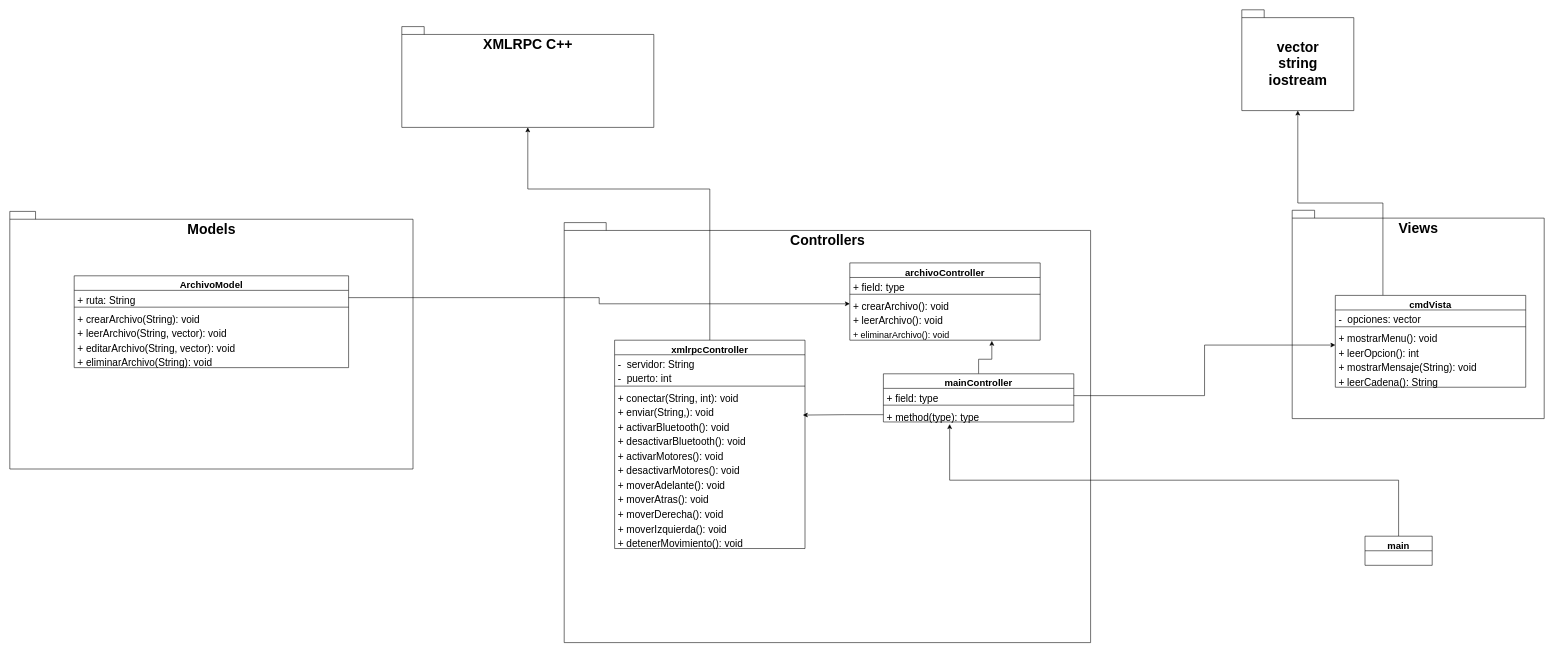
The draw.io diagram informe/diagramaClaseCliente.drawio in Mario-dango/control_tank, before the edit. Source tidied: cells renumbered, new cells numbered last; positions are measured from the earlier drawing's top-left corner, leaving out a move shared by most shapes. Both pictures are drawn from the tidied source at 56%, with x=0, y=0 at pixel (10, 10).
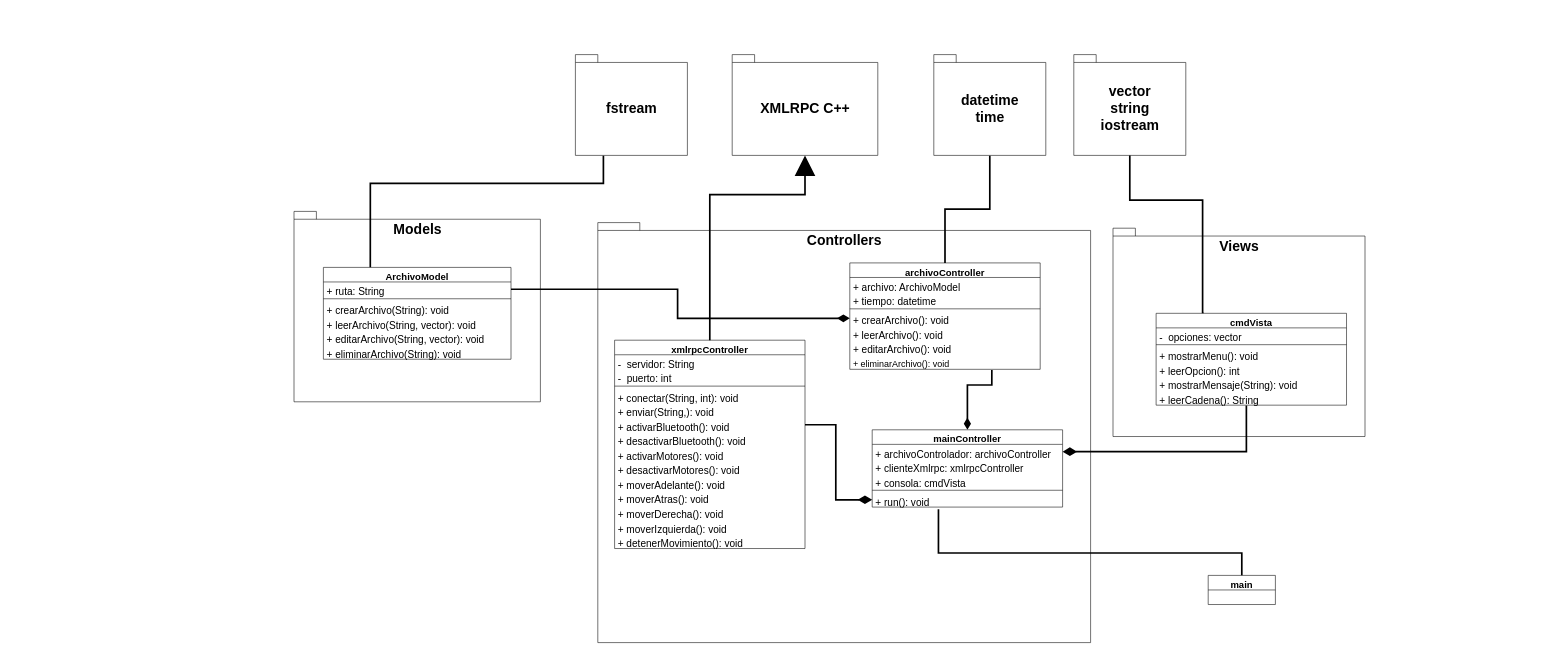
Above is the later version.

The change refers to these unchanged cells:
```xml
<mxCell id="12" value="+ leerOpcion(): int" style="text;strokeColor=none;fillColor=none;align=left;verticalAlign=top;spacingLeft=4;spacingRight=4;overflow=hidden;points=[[0,0.5],[1,0.5]];portConstraint=eastwest;fontSize=18;" parent="8" vertex="1">
  <mxGeometry y="86" width="340" height="26" as="geometry" />
</mxCell>
<mxCell id="14" value="+ leerCadena(): String" style="text;strokeColor=none;fillColor=none;align=left;verticalAlign=top;spacingLeft=4;spacingRight=4;overflow=hidden;points=[[0,0.5],[1,0.5]];portConstraint=eastwest;fontSize=18;" parent="8" vertex="1">
  <mxGeometry y="138" width="340" height="26" as="geometry" />
</mxCell>
<mxCell id="27" value="xmlrpcController" style="swimlane;fontStyle=1;align=center;verticalAlign=top;horizontal=1;startSize=26;fontSize=17;" parent="1" vertex="1">
  <mxGeometry x="1080" y="590" width="340" height="372" as="geometry" />
</mxCell>
<mxCell id="33" value="+ activarBluetooth(): void" style="text;strokeColor=none;fillColor=none;align=left;verticalAlign=top;spacingLeft=4;spacingRight=4;overflow=hidden;points=[[0,0.5],[1,0.5]];portConstraint=eastwest;fontSize=18;" parent="27" vertex="1">
  <mxGeometry y="138" width="340" height="26" as="geometry" />
</mxCell>
```

Diff of the diagram source:
```diff
@@
     <mxCell id="2" value="&lt;font style=&quot;font-size: 25px;&quot;&gt;Views&lt;br&gt;&lt;/font&gt;" style="shape=folder;fontStyle=1;spacingTop=10;tabWidth=40;tabHeight=14;tabPosition=left;html=1;verticalAlign=top;" parent="1" vertex="1">
-      <mxGeometry x="2290" y="358" width="450" height="372" as="geometry" />
+      <mxGeometry x="1970" y="390" width="450" height="372" as="geometry" />
     </mxCell>
     <mxCell id="3" value="&lt;font style=&quot;font-size: 25px;&quot;&gt;Controllers&lt;br&gt;&lt;/font&gt;" style="shape=folder;fontStyle=1;spacingTop=10;tabWidth=40;tabHeight=14;tabPosition=left;html=1;verticalAlign=top;" parent="1" vertex="1">
-      <mxGeometry x="990" y="380" width="940" height="750" as="geometry" />
+      <mxGeometry x="1050" y="380" width="880" height="750" as="geometry" />
     </mxCell>
     <mxCell id="4" value="&lt;font style=&quot;font-size: 25px;&quot;&gt;Models&lt;br&gt;&lt;br&gt;&lt;/font&gt;" style="shape=folder;fontStyle=1;spacingTop=10;tabWidth=40;tabHeight=14;tabPosition=left;html=1;verticalAlign=top;" parent="1" vertex="1">
-      <mxGeometry y="360" width="720" height="460" as="geometry" />
+      <mxGeometry x="507.5" y="360" width="440" height="340" as="geometry" />
     </mxCell>
-    <mxCell id="5" value="&lt;font style=&quot;font-size: 25px;&quot;&gt;XMLRPC C++&lt;br&gt;&lt;/font&gt;" style="shape=folder;fontStyle=1;spacingTop=10;tabWidth=40;tabHeight=14;tabPosition=left;html=1;verticalAlign=top;" parent="1" vertex="1">
-      <mxGeometry x="700" y="30" width="450" height="180" as="geometry" />
+    <mxCell id="5" value="&lt;font style=&quot;font-size: 25px;&quot;&gt;XMLRPC C++&lt;br&gt;&lt;/font&gt;" style="shape=folder;fontStyle=1;spacingTop=10;tabWidth=40;tabHeight=14;tabPosition=left;html=1;verticalAlign=middle;" parent="1" vertex="1">
+      <mxGeometry x="1290" y="80" width="260" height="180" as="geometry" />
     </mxCell>
+    <mxCell id="7" value="&lt;font style=&quot;font-size: 25px;&quot;&gt;vector&lt;br&gt;string&lt;br&gt;iostream&lt;br&gt;&lt;/font&gt;" style="shape=folder;fontStyle=1;spacingTop=10;tabWidth=40;tabHeight=14;tabPosition=left;html=1;verticalAlign=middle;" parent="1" vertex="1">
+      <mxGeometry x="1900" y="80" width="200" height="180" as="geometry" />
+    </mxCell>
-    <mxCell id="6" style="edgeStyle=orthogonalEdgeStyle;rounded=0;jettySize=auto;html=1;exitX=0.25;exitY=0;exitDx=0;exitDy=0;entryX=0.5;entryY=1;entryDx=0;entryDy=0;fontSize=16;entryPerimeter=0;" parent="1" edge="1" source="8" target="7">
-      <mxGeometry relative="1" as="geometry" />
+    <mxCell id="6" style="edgeStyle=orthogonalEdgeStyle;rounded=0;jumpSize=8;jettySize=auto;html=1;exitX=0.25;exitY=0;exitDx=0;exitDy=0;entryX=0.5;entryY=1;entryDx=0;entryDy=0;entryPerimeter=0;strokeWidth=3;fontSize=16;startArrow=none;startFill=0;endArrow=none;endFill=0;startSize=17;endSize=14;" parent="1" edge="1" source="8" target="7">
+      <mxGeometry relative="1" as="geometry">
+        <Array as="points">
+          <mxPoint x="2130" y="542" />
+          <mxPoint x="2130" y="340" />
+          <mxPoint x="2000" y="340" />
+        </Array>
+      </mxGeometry>
     </mxCell>
-    <mxCell id="7" value="&lt;font style=&quot;font-size: 25px;&quot;&gt;vector&lt;br&gt;string&lt;br&gt;iostream&lt;br&gt;&lt;/font&gt;" style="shape=folder;fontStyle=1;spacingTop=10;tabWidth=40;tabHeight=14;tabPosition=left;html=1;verticalAlign=middle;" parent="1" vertex="1">
-      <mxGeometry x="2200" width="200" height="180" as="geometry" />
-    </mxCell>
     <mxCell id="8" value="cmdVista" style="swimlane;fontStyle=1;align=center;verticalAlign=top;horizontal=1;startSize=26;fontSize=17;" parent="1" vertex="1">
-      <mxGeometry x="2367" y="510" width="340" height="164" as="geometry" />
+      <mxGeometry x="2047" y="542" width="340" height="164" as="geometry" />
     </mxCell>
@@
+    <mxCell id="54" style="edgeStyle=orthogonalEdgeStyle;rounded=0;jumpSize=8;jettySize=auto;html=1;exitX=0.5;exitY=0;exitDx=0;exitDy=0;entryX=0.5;entryY=1;entryDx=0;entryDy=0;entryPerimeter=0;strokeWidth=3;fontSize=16;startArrow=none;startFill=0;endArrow=none;endFill=0;startSize=17;endSize=14;" parent="1" edge="1" source="15" target="60">
+      <mxGeometry relative="1" as="geometry" />
+    </mxCell>
     <mxCell id="15" value="archivoController" style="swimlane;fontStyle=1;align=center;verticalAlign=top;horizontal=1;startSize=26;fontSize=17;" parent="1" vertex="1">
-      <mxGeometry x="1500" y="452" width="340" height="138" as="geometry" />
+      <mxGeometry x="1500" y="452" width="340" height="190" as="geometry" />
     </mxCell>
-    <mxCell id="16" value="+ field: type" style="text;strokeColor=none;fillColor=none;align=left;verticalAlign=top;spacingLeft=4;spacingRight=4;overflow=hidden;fontSize=18;" parent="15" vertex="1">
+    <mxCell id="16" value="+ archivo: ArchivoModel" style="text;strokeColor=none;fillColor=none;align=left;verticalAlign=top;spacingLeft=4;spacingRight=4;overflow=hidden;fontSize=18;" parent="15" vertex="1">
       <mxGeometry y="26" width="340" height="26" as="geometry" />
     </mxCell>
+    <mxCell id="55" value="+ tiempo: datetime" style="text;strokeColor=none;fillColor=none;align=left;verticalAlign=top;spacingLeft=4;spacingRight=4;overflow=hidden;fontSize=18;" parent="15" vertex="1">
+      <mxGeometry y="52" width="340" height="26" as="geometry" />
+    </mxCell>
     <mxCell id="17" style="line;strokeWidth=1;fillColor=none;align=left;verticalAlign=middle;spacingTop=-1;spacingLeft=3;spacingRight=3;labelPosition=right;strokeColor=inherit;fontSize=25;" parent="15" vertex="1">
-      <mxGeometry y="52" width="340" height="8" as="geometry" />
+      <mxGeometry y="78" width="340" height="8" as="geometry" />
     </mxCell>
     <mxCell id="18" value="+ crearArchivo(): void" style="text;strokeColor=none;fillColor=none;align=left;verticalAlign=top;spacingLeft=4;spacingRight=4;overflow=hidden;points=[[0,0.5],[1,0.5]];portConstraint=eastwest;fontSize=18;" parent="15" vertex="1">
-      <mxGeometry y="60" width="340" height="26" as="geometry" />
+      <mxGeometry y="86" width="340" height="26" as="geometry" />
     </mxCell>
     <mxCell id="19" value="+ leerArchivo(): void" style="text;strokeColor=none;fillColor=none;align=left;verticalAlign=top;spacingLeft=4;spacingRight=4;overflow=hidden;fontSize=18;" parent="15" vertex="1">
-      <mxGeometry y="86" width="340" height="26" as="geometry" />
+      <mxGeometry y="112" width="340" height="26" as="geometry" />
     </mxCell>
+    <mxCell id="56" value="+ editarArchivo(): void" style="text;strokeColor=none;fillColor=none;align=left;verticalAlign=top;spacingLeft=4;spacingRight=4;overflow=hidden;fontSize=18;" parent="15" vertex="1">
+      <mxGeometry y="138" width="340" height="26" as="geometry" />
+    </mxCell>
     <mxCell id="20" value="+ eliminarArchivo(): void" style="text;strokeColor=none;fillColor=none;align=left;verticalAlign=top;spacingLeft=4;spacingRight=4;overflow=hidden;points=[[0,0.5],[1,0.5]];portConstraint=eastwest;fontSize=16;" parent="15" vertex="1">
-      <mxGeometry y="112" width="340" height="26" as="geometry" />
+      <mxGeometry y="164" width="340" height="26" as="geometry" />
     </mxCell>
-    <mxCell id="21" style="edgeStyle=orthogonalEdgeStyle;rounded=0;jettySize=auto;html=1;exitX=0.5;exitY=0;exitDx=0;exitDy=0;entryX=0.746;entryY=1.046;entryDx=0;entryDy=0;fontSize=18;entryPerimeter=0;" parent="1" edge="1" source="22" target="20">
+    <mxCell id="21" style="edgeStyle=orthogonalEdgeStyle;rounded=0;jettySize=auto;html=1;exitX=0.5;exitY=0;exitDx=0;exitDy=0;entryX=0.746;entryY=1.046;entryDx=0;entryDy=0;fontSize=18;entryPerimeter=0;endArrow=none;endFill=0;startArrow=diamondThin;startFill=1;strokeWidth=3;endSize=16;startSize=13;" parent="1" edge="1" source="22" target="20">
       <mxGeometry relative="1" as="geometry">
         <Array as="points">
-          <mxPoint x="1730" y="624" />
-          <mxPoint x="1754" y="624" />
+          <mxPoint x="1710" y="670" />
+          <mxPoint x="1754" y="670" />
         </Array>
       </mxGeometry>
     </mxCell>
     <mxCell id="22" value="mainController" style="swimlane;fontStyle=1;align=center;verticalAlign=top;horizontal=1;startSize=26;fontSize=17;" parent="1" vertex="1">
-      <mxGeometry x="1560" y="650" width="340" height="86" as="geometry" />
+      <mxGeometry x="1540" y="750" width="340" height="138" as="geometry" />
     </mxCell>
-    <mxCell id="23" value="+ field: type" style="text;strokeColor=none;fillColor=none;align=left;verticalAlign=top;spacingLeft=4;spacingRight=4;overflow=hidden;points=[[0,0.5],[1,0.5]];portConstraint=eastwest;fontSize=18;" parent="22" vertex="1">
+    <mxCell id="23" value="+ archivoControlador: archivoController" style="text;strokeColor=none;fillColor=none;align=left;verticalAlign=top;spacingLeft=4;spacingRight=4;overflow=hidden;points=[[0,0.5],[1,0.5]];portConstraint=eastwest;fontSize=18;" parent="22" vertex="1">
       <mxGeometry y="26" width="340" height="26" as="geometry" />
     </mxCell>
+    <mxCell id="57" value="+ clienteXmlrpc: xmlrpcController" style="text;strokeColor=none;fillColor=none;align=left;verticalAlign=top;spacingLeft=4;spacingRight=4;overflow=hidden;fontSize=18;" parent="22" vertex="1">
+      <mxGeometry y="52" width="340" height="26" as="geometry" />
+    </mxCell>
+    <mxCell id="58" value="+ consola: cmdVista" style="text;strokeColor=none;fillColor=none;align=left;verticalAlign=top;spacingLeft=4;spacingRight=4;overflow=hidden;fontSize=18;" parent="22" vertex="1">
+      <mxGeometry y="78" width="340" height="26" as="geometry" />
+    </mxCell>
     <mxCell id="24" style="line;strokeWidth=1;fillColor=none;align=left;verticalAlign=middle;spacingTop=-1;spacingLeft=3;spacingRight=3;labelPosition=right;strokeColor=inherit;fontSize=25;" parent="22" vertex="1">
-      <mxGeometry y="52" width="340" height="8" as="geometry" />
+      <mxGeometry y="104" width="340" height="8" as="geometry" />
     </mxCell>
-    <mxCell id="25" value="+ method(type): type" style="text;strokeColor=none;fillColor=none;align=left;verticalAlign=top;spacingLeft=4;spacingRight=4;overflow=hidden;points=[[0,0.5],[1,0.5]];portConstraint=eastwest;fontSize=18;" parent="22" vertex="1">
-      <mxGeometry y="60" width="340" height="26" as="geometry" />
+    <mxCell id="25" value="+ run(): void" style="text;strokeColor=none;fillColor=none;align=left;verticalAlign=top;spacingLeft=4;spacingRight=4;overflow=hidden;points=[[0,0.5],[1,0.5]];portConstraint=eastwest;fontSize=18;" parent="22" vertex="1">
+      <mxGeometry y="112" width="340" height="26" as="geometry" />
     </mxCell>
-    <mxCell id="26" style="edgeStyle=orthogonalEdgeStyle;rounded=0;jettySize=auto;html=1;exitX=0.5;exitY=0;exitDx=0;exitDy=0;fontSize=16;" parent="1" edge="1" source="27" target="5">
-      <mxGeometry relative="1" as="geometry">
-        <Array as="points">
-          <mxPoint x="1250" y="320" />
-          <mxPoint x="925" y="320" />
-        </Array>
-      </mxGeometry>
-    </mxCell>
@@
+    <mxCell id="59" style="edgeStyle=orthogonalEdgeStyle;rounded=0;jumpSize=8;jettySize=auto;html=1;exitX=0.25;exitY=0;exitDx=0;exitDy=0;entryX=0.25;entryY=1;entryDx=0;entryDy=0;entryPerimeter=0;strokeWidth=3;fontSize=16;startArrow=none;startFill=0;endArrow=none;endFill=0;startSize=17;endSize=14;" parent="1" edge="1" source="42" target="61">
+      <mxGeometry relative="1" as="geometry">
+        <Array as="points">
+          <mxPoint x="644" y="310" />
+          <mxPoint x="1060" y="310" />
+        </Array>
+      </mxGeometry>
+    </mxCell>
     <mxCell id="42" value="ArchivoModel" style="swimlane;fontStyle=1;align=center;verticalAlign=top;horizontal=1;startSize=26;fontSize=17;" parent="1" vertex="1">
-      <mxGeometry x="115" y="475" width="490" height="164" as="geometry" />
+      <mxGeometry x="560" y="460" width="335" height="164" as="geometry" />
     </mxCell>
     <mxCell id="43" value="+ ruta: String" style="text;strokeColor=none;fillColor=none;align=left;verticalAlign=top;spacingLeft=4;spacingRight=4;overflow=hidden;points=[[0,0.5],[1,0.5]];portConstraint=eastwest;fontSize=18;" parent="42" vertex="1">
-      <mxGeometry y="26" width="490" height="26" as="geometry" />
+      <mxGeometry y="26" width="335" height="26" as="geometry" />
     </mxCell>
     <mxCell id="44" style="line;strokeWidth=1;fillColor=none;align=left;verticalAlign=middle;spacingTop=-1;spacingLeft=3;spacingRight=3;labelPosition=right;strokeColor=inherit;fontSize=25;" parent="42" vertex="1">
-      <mxGeometry y="52" width="490" height="8" as="geometry" />
+      <mxGeometry y="52" width="335" height="8" as="geometry" />
     </mxCell>
     <mxCell id="45" value="+ crearArchivo(String): void" style="text;strokeColor=none;fillColor=none;align=left;verticalAlign=top;spacingLeft=4;spacingRight=4;overflow=hidden;fontSize=18;" parent="42" vertex="1">
-      <mxGeometry y="60" width="490" height="26" as="geometry" />
+      <mxGeometry y="60" width="335" height="26" as="geometry" />
     </mxCell>
     <mxCell id="46" value="+ leerArchivo(String, vector): void" style="text;strokeColor=none;fillColor=none;align=left;verticalAlign=top;spacingLeft=4;spacingRight=4;overflow=hidden;fontSize=18;" parent="42" vertex="1">
-      <mxGeometry y="86" width="490" height="26" as="geometry" />
+      <mxGeometry y="86" width="335" height="26" as="geometry" />
     </mxCell>
     <mxCell id="47" value="+ editarArchivo(String, vector): void" style="text;strokeColor=none;fillColor=none;align=left;verticalAlign=top;spacingLeft=4;spacingRight=4;overflow=hidden;fontSize=18;" parent="42" vertex="1">
-      <mxGeometry y="112" width="490" height="26" as="geometry" />
+      <mxGeometry y="112" width="335" height="26" as="geometry" />
     </mxCell>
     <mxCell id="48" value="+ eliminarArchivo(String): void" style="text;strokeColor=none;fillColor=none;align=left;verticalAlign=top;spacingLeft=4;spacingRight=4;overflow=hidden;fontSize=18;" parent="42" vertex="1">
-      <mxGeometry y="138" width="490" height="26" as="geometry" />
+      <mxGeometry y="138" width="335" height="26" as="geometry" />
     </mxCell>
-    <mxCell id="49" style="edgeStyle=orthogonalEdgeStyle;rounded=0;jettySize=auto;html=1;exitX=0;exitY=0.5;exitDx=0;exitDy=0;entryX=0.989;entryY=-0.165;entryDx=0;entryDy=0;entryPerimeter=0;fontSize=18;" parent="1" edge="1" source="25" target="33">
+    <mxCell id="49" style="edgeStyle=orthogonalEdgeStyle;rounded=0;jettySize=auto;html=1;exitX=0;exitY=0.5;exitDx=0;exitDy=0;entryX=1;entryY=0.5;entryDx=0;entryDy=0;fontSize=18;endArrow=none;endFill=0;startArrow=diamondThin;startFill=1;jumpSize=8;startSize=17;strokeWidth=3;" parent="1" edge="1" source="25" target="33">
       <mxGeometry relative="1" as="geometry" />
     </mxCell>
-    <mxCell id="50" style="edgeStyle=orthogonalEdgeStyle;rounded=0;jettySize=auto;html=1;exitX=1;exitY=0.5;exitDx=0;exitDy=0;entryX=0;entryY=0.5;entryDx=0;entryDy=0;fontSize=16;" parent="1" edge="1" source="43" target="18">
+    <mxCell id="50" style="edgeStyle=orthogonalEdgeStyle;rounded=0;jettySize=auto;html=1;exitX=1;exitY=0.5;exitDx=0;exitDy=0;entryX=0;entryY=0.5;entryDx=0;entryDy=0;fontSize=16;strokeWidth=3;endArrow=diamondThin;endFill=1;endSize=14;" parent="1" edge="1" source="43" target="18">
       <mxGeometry relative="1" as="geometry" />
     </mxCell>
-    <mxCell id="51" style="edgeStyle=orthogonalEdgeStyle;rounded=0;jettySize=auto;html=1;exitX=1;exitY=0.5;exitDx=0;exitDy=0;entryX=0;entryY=0.103;entryDx=0;entryDy=0;entryPerimeter=0;fontSize=16;" parent="1" edge="1" source="23" target="12">
+    <mxCell id="51" style="edgeStyle=orthogonalEdgeStyle;rounded=0;jettySize=auto;html=1;exitX=1;exitY=0.5;exitDx=0;exitDy=0;entryX=0.474;entryY=1.026;entryDx=0;entryDy=0;entryPerimeter=0;fontSize=16;startArrow=diamondThin;startFill=1;endArrow=none;endFill=0;endSize=14;startSize=17;strokeWidth=3;" parent="1" edge="1" source="23" target="14">
       <mxGeometry relative="1" as="geometry" />
     </mxCell>
-    <mxCell id="52" style="edgeStyle=orthogonalEdgeStyle;rounded=0;jettySize=auto;html=1;exitX=0.5;exitY=0;exitDx=0;exitDy=0;entryX=0.348;entryY=1.147;entryDx=0;entryDy=0;entryPerimeter=0;fontSize=16;" parent="1" edge="1" source="53" target="25">
+    <mxCell id="52" style="edgeStyle=orthogonalEdgeStyle;rounded=0;jettySize=auto;html=1;exitX=0.5;exitY=0;exitDx=0;exitDy=0;entryX=0.348;entryY=1.147;entryDx=0;entryDy=0;entryPerimeter=0;fontSize=16;endArrow=none;endFill=0;strokeWidth=3;" parent="1" edge="1" source="53" target="25">
       <mxGeometry relative="1" as="geometry">
         <Array as="points">
-          <mxPoint x="2480" y="840" />
-          <mxPoint x="1678" y="840" />
+          <mxPoint x="2200" y="970" />
+          <mxPoint x="1658" y="970" />
         </Array>
       </mxGeometry>
     </mxCell>
     <mxCell id="53" value="main" style="swimlane;fontStyle=1;align=center;verticalAlign=top;horizontal=1;startSize=26;fontSize=17;" parent="1" vertex="1">
-      <mxGeometry x="2420" y="940" width="120" height="52" as="geometry" />
+      <mxGeometry x="2140" y="1010" width="120" height="52" as="geometry" />
     </mxCell>
+    <mxCell id="60" value="&lt;font style=&quot;font-size: 25px;&quot;&gt;datetime&lt;br&gt;time&lt;br&gt;&lt;/font&gt;" style="shape=folder;fontStyle=1;spacingTop=10;tabWidth=40;tabHeight=14;tabPosition=left;html=1;verticalAlign=middle;" parent="1" vertex="1">
+      <mxGeometry x="1650" y="80" width="200" height="180" as="geometry" />
+    </mxCell>
+    <mxCell id="61" value="&lt;font style=&quot;font-size: 25px;&quot;&gt;fstream&lt;br&gt;&lt;/font&gt;" style="shape=folder;fontStyle=1;spacingTop=10;tabWidth=40;tabHeight=14;tabPosition=left;html=1;verticalAlign=middle;" parent="1" vertex="1">
+      <mxGeometry x="1010" y="80" width="200" height="180" as="geometry" />
+    </mxCell>
+    <mxCell id="26" style="edgeStyle=orthogonalEdgeStyle;rounded=0;jettySize=auto;html=1;exitX=0.5;exitY=0;exitDx=0;exitDy=0;fontSize=16;endArrow=block;endFill=1;endSize=29;startSize=10;jumpSize=8;strokeWidth=3;entryX=0.5;entryY=1;entryDx=0;entryDy=0;entryPerimeter=0;" parent="1" edge="1" source="27" target="5">
+      <mxGeometry relative="1" as="geometry">
+        <Array as="points">
+          <mxPoint x="1250" y="330" />
+          <mxPoint x="1420" y="330" />
+        </Array>
+      </mxGeometry>
+    </mxCell>
```
